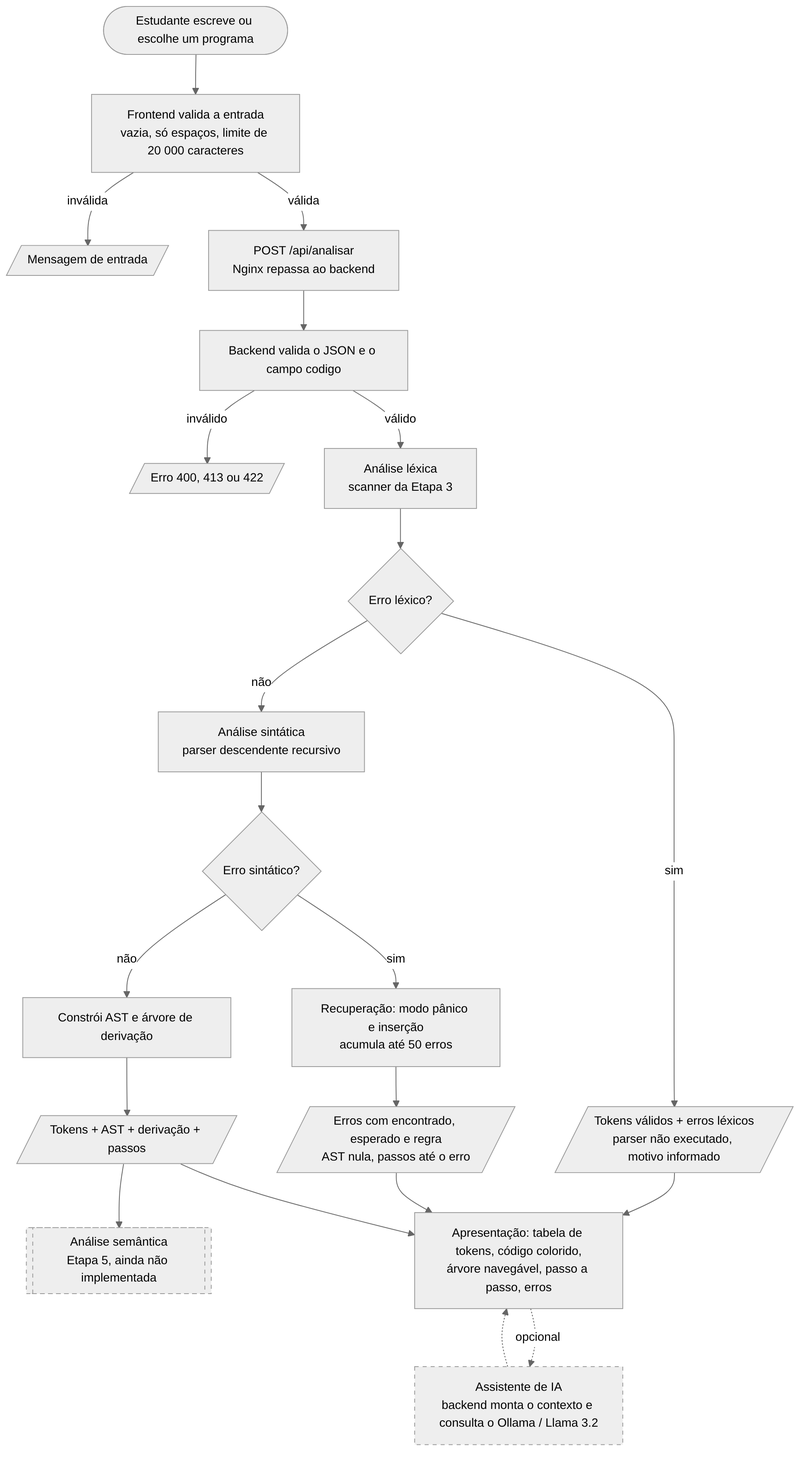
Earlier version of the Mermaid export docs/figuras/fluxograma.png (HenriqueNeuhaus/compiladores). Its source is kept beside it as docs/figuras/fluxograma.mmd. Source of this version:
```mermaid
flowchart TD
    A([Estudante escreve ou escolhe um programa]) --> B[Frontend valida a entrada<br/>vazia, só espaços, limite de 20 000 caracteres]
    B -->|inválida| B1[/Mensagem de entrada/]
    B -->|válida| C[POST /api/analisar<br/>Nginx repassa ao backend]
    C --> D[Backend valida o JSON e o campo codigo]
    D -->|inválido| D1[/Erro 400, 413 ou 422/]
    D -->|válido| E[Análise léxica<br/>scanner da Etapa 3]
    E --> F{Erro léxico?}
    F -->|sim| G[/Tokens válidos + erros léxicos<br/>parser não executado, motivo informado/]
    F -->|não| H[Análise sintática<br/>parser descendente recursivo]
    H --> I{Erro sintático?}
    I -->|sim| J[Recuperação: modo pânico e inserção<br/>acumula até 50 erros]
    J --> K[/Erros com encontrado, esperado e regra<br/>AST nula, passos até o erro/]
    I -->|não| L[Constrói AST e árvore de derivação]
    L --> M[/Tokens + AST + derivação + passos/]
    M --> N[[Análise semântica<br/>Etapa 5, ainda não implementada]]
    G --> O[Apresentação: tabela de tokens, código colorido,<br/>árvore navegável, passo a passo, erros]
    K --> O
    M --> O
    O -.->|opcional| P[Assistente de IA<br/>backend monta o contexto e consulta o Ollama / Llama 3.2]
    P -.-> O
    style N stroke-dasharray: 5 5
    style P stroke-dasharray: 5 5
```
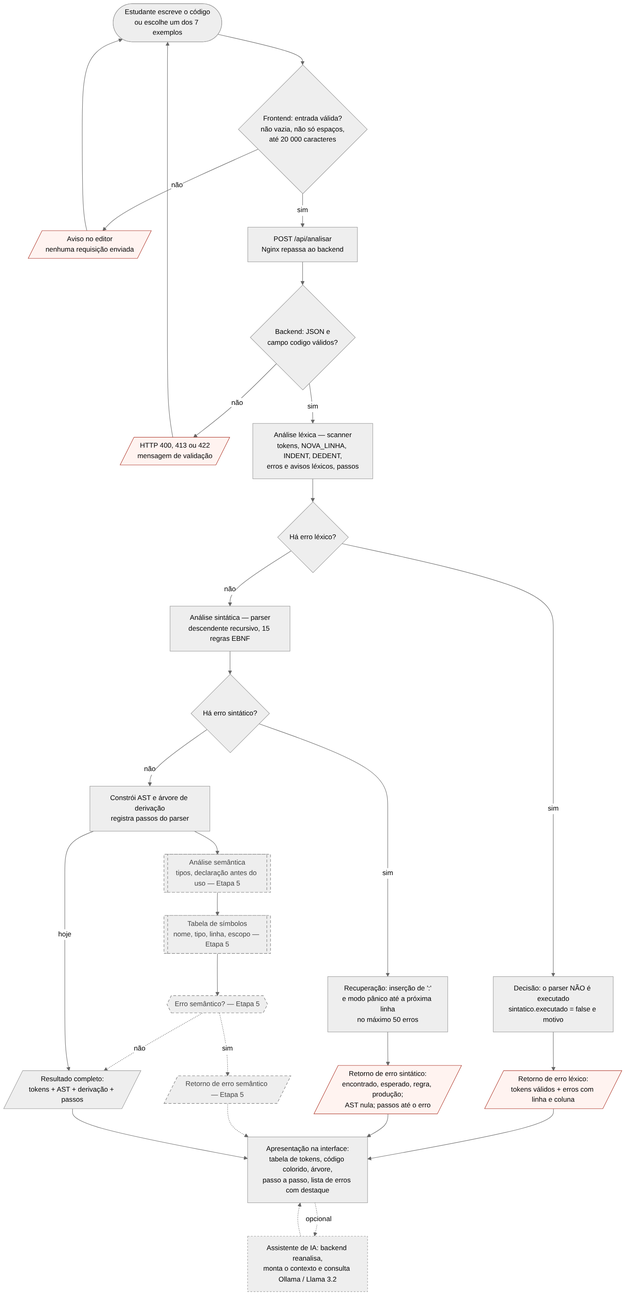
After the change.

What changed in the source:
```diff
@@ -1,23 +1,35 @@
 flowchart TD
-    A([Estudante escreve ou escolhe um programa]) --> B[Frontend valida a entrada<br/>vazia, só espaços, limite de 20 000 caracteres]
-    B -->|inválida| B1[/Mensagem de entrada/]
-    B -->|válida| C[POST /api/analisar<br/>Nginx repassa ao backend]
-    C --> D[Backend valida o JSON e o campo codigo]
-    D -->|inválido| D1[/Erro 400, 413 ou 422/]
-    D -->|válido| E[Análise léxica<br/>scanner da Etapa 3]
-    E --> F{Erro léxico?}
-    F -->|sim| G[/Tokens válidos + erros léxicos<br/>parser não executado, motivo informado/]
-    F -->|não| H[Análise sintática<br/>parser descendente recursivo]
-    H --> I{Erro sintático?}
-    I -->|sim| J[Recuperação: modo pânico e inserção<br/>acumula até 50 erros]
-    J --> K[/Erros com encontrado, esperado e regra<br/>AST nula, passos até o erro/]
-    I -->|não| L[Constrói AST e árvore de derivação]
-    L --> M[/Tokens + AST + derivação + passos/]
-    M --> N[[Análise semântica<br/>Etapa 5, ainda não implementada]]
-    G --> O[Apresentação: tabela de tokens, código colorido,<br/>árvore navegável, passo a passo, erros]
-    K --> O
+    A([Estudante escreve o código<br/>ou escolhe um dos 7 exemplos]) --> B{Frontend: entrada válida?<br/>não vazia, não só espaços,<br/>até 20 000 caracteres}
+    B -->|não| B1[/Aviso no editor<br/>nenhuma requisição enviada/]
+    B1 --> A
+    B -->|sim| C[POST /api/analisar<br/>Nginx repassa ao backend]
+    C --> D{Backend: JSON e<br/>campo codigo válidos?}
+    D -->|não| D1[/HTTP 400, 413 ou 422<br/>mensagem de validação/]
+    D1 --> A
+    D -->|sim| E[Análise léxica — scanner<br/>tokens, NOVA_LINHA, INDENT, DEDENT,<br/>erros e avisos léxicos, passos]
+    E --> F{Há erro léxico?}
+    F -->|sim| G[Decisão: o parser NÃO é executado<br/>sintatico.executado = false e motivo]
+    G --> G1[/Retorno de erro léxico:<br/>tokens válidos + erros com linha e coluna/]
+    F -->|não| H[Análise sintática — parser<br/>descendente recursivo, 15 regras EBNF]
+    H --> I{Há erro sintático?}
+    I -->|sim| J[Recuperação: inserção de ':'<br/>e modo pânico até a próxima linha<br/>no máximo 50 erros]
+    J --> J1[/Retorno de erro sintático:<br/>encontrado, esperado, regra, produção;<br/>AST nula; passos até o erro/]
+    I -->|não| K[Constrói AST e árvore de derivação<br/>registra passos do parser]
+    K --> S1[[Análise semântica<br/>tipos, declaração antes do uso — Etapa 5]]
+    S1 --> S2[[Tabela de símbolos<br/>nome, tipo, linha, escopo — Etapa 5]]
+    S2 --> S3{{Erro semântico? — Etapa 5}}
+    S3 -.->|sim| S4[/Retorno de erro semântico — Etapa 5/]
+    S3 -.->|não| M[/Resultado completo:<br/>tokens + AST + derivação + passos/]
+    K -->|hoje| M
+    G1 --> O[Apresentação na interface:<br/>tabela de tokens, código colorido, árvore,<br/>passo a passo, lista de erros com destaque]
+    J1 --> O
+    S4 -.-> O
     M --> O
-    O -.->|opcional| P[Assistente de IA<br/>backend monta o contexto e consulta o Ollama / Llama 3.2]
+    O -.->|opcional| P[Assistente de IA: backend reanalisa,<br/>monta o contexto e consulta Ollama / Llama 3.2]
     P -.-> O
-    style N stroke-dasharray: 5 5
-    style P stroke-dasharray: 5 5
+    classDef pendente fill:#eeeeee,stroke:#777,stroke-dasharray:6 4,color:#444
+    classDef opcional stroke-dasharray:4 3
+    classDef erro fill:#fff3f0,stroke:#b03a2e
+    class S1,S2,S3,S4 pendente
+    class P opcional
+    class B1,D1,G1,J1 erro
```
